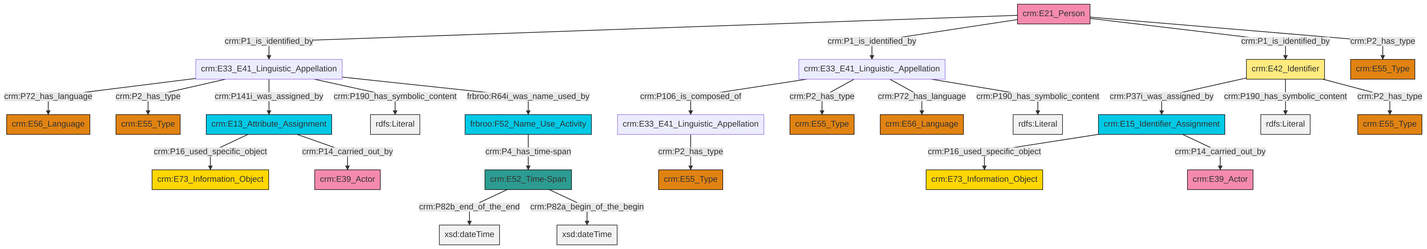
Above: et/personCSV/ttl/mmd/png/Person_Names_and_Classification.png in swiss-art-research-net/docs.swissartresearch (Mermaid), before the change. Its source is kept beside it as et/personCSV/ttl/mmd/Person_Names_and_Classification.ttl.mmd.
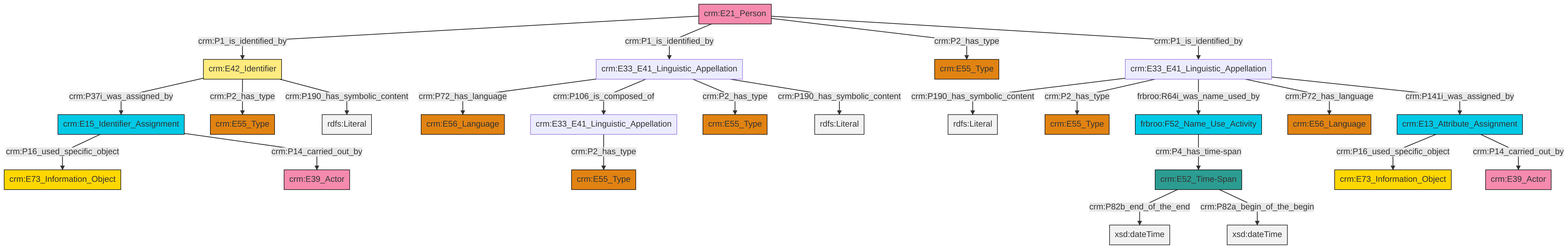
The same diagram one commit later.

The edit, as a diff of the source:
```diff
@@ -13,27 +13,27 @@
 classDef PC_Classes fill:#4ce600, stroke:#000000;
 classDef Multi fill:#cccccc,stroke:#000000;
 
-0["crm:E33_E41_Linguistic_Appellation"]:::Default -->|crm:P106_is_composed_of| 1["crm:E33_E41_Linguistic_Appellation"]:::Default
-2["crm:E21_Person"]:::Actor -->|crm:P1_is_identified_by| 3["crm:E33_E41_Linguistic_Appellation"]:::Default
-0["crm:E33_E41_Linguistic_Appellation"]:::Default -->|crm:P2_has_type| 11["crm:E55_Type"]:::Type
-2["crm:E21_Person"]:::Actor -->|crm:P1_is_identified_by| 0["crm:E33_E41_Linguistic_Appellation"]:::Default
-2["crm:E21_Person"]:::Actor -->|crm:P1_is_identified_by| 8["crm:E42_Identifier"]:::Appellation
-2["crm:E21_Person"]:::Actor -->|crm:P2_has_type| 20["crm:E55_Type"]:::Type
-3["crm:E33_E41_Linguistic_Appellation"]:::Default -->|crm:P72_has_language| 24["crm:E56_Language"]:::Type
-0["crm:E33_E41_Linguistic_Appellation"]:::Default -->|crm:P72_has_language| 14["crm:E56_Language"]:::Type
-3["crm:E33_E41_Linguistic_Appellation"]:::Default -->|crm:P2_has_type| 27["crm:E55_Type"]:::Type
-3["crm:E33_E41_Linguistic_Appellation"]:::Default -->|crm:P141i_was_assigned_by| 18["crm:E13_Attribute_Assignment"]:::Temporal_Entity
-18["crm:E13_Attribute_Assignment"]:::Temporal_Entity -->|crm:P16_used_specific_object| 30["crm:E73_Information_Object"]:::Conceptual_Object
-8["crm:E42_Identifier"]:::Appellation -->|crm:P37i_was_assigned_by| 32["crm:E15_Identifier_Assignment"]:::Temporal_Entity
-8["crm:E42_Identifier"]:::Appellation -->|crm:P190_has_symbolic_content| 35[rdfs:Literal]:::Literal
-0["crm:E33_E41_Linguistic_Appellation"]:::Default -->|crm:P190_has_symbolic_content| 36[rdfs:Literal]:::Literal
-32["crm:E15_Identifier_Assignment"]:::Temporal_Entity -->|crm:P16_used_specific_object| 37["crm:E73_Information_Object"]:::Conceptual_Object
-16["crm:E52_Time-Span"]:::Time-Span -->|crm:P82b_end_of_the_end| 39[xsd:dateTime]:::Literal
-32["crm:E15_Identifier_Assignment"]:::Temporal_Entity -->|crm:P14_carried_out_by| 4["crm:E39_Actor"]:::Actor
-18["crm:E13_Attribute_Assignment"]:::Temporal_Entity -->|crm:P14_carried_out_by| 21["crm:E39_Actor"]:::Actor
-3["crm:E33_E41_Linguistic_Appellation"]:::Default -->|crm:P190_has_symbolic_content| 41[rdfs:Literal]:::Literal
-16["crm:E52_Time-Span"]:::Time-Span -->|crm:P82a_begin_of_the_begin| 43[xsd:dateTime]:::Literal
-25["frbroo:F52_Name_Use_Activity"]:::Temporal_Entity -->|crm:P4_has_time-span| 16["crm:E52_Time-Span"]:::Time-Span
-8["crm:E42_Identifier"]:::Appellation -->|crm:P2_has_type| 12["crm:E55_Type"]:::Type
-1["crm:E33_E41_Linguistic_Appellation"]:::Default -->|crm:P2_has_type| 6["crm:E55_Type"]:::Type
-3["crm:E33_E41_Linguistic_Appellation"]:::Default -->|frbroo:R64i_was_name_used_by| 25["frbroo:F52_Name_Use_Activity"]:::Temporal_Entity
+0["crm:E42_Identifier"]:::Appellation -->|crm:P37i_was_assigned_by| 1["crm:E15_Identifier_Assignment"]:::Temporal_Entity
+2["crm:E33_E41_Linguistic_Appellation"]:::Default -->|crm:P190_has_symbolic_content| 3[rdfs:Literal]:::Literal
+4["crm:E21_Person"]:::Actor -->|crm:P1_is_identified_by| 0["crm:E42_Identifier"]:::Appellation
+13["crm:E13_Attribute_Assignment"]:::Temporal_Entity -->|crm:P16_used_specific_object| 14["crm:E73_Information_Object"]:::Conceptual_Object
+4["crm:E21_Person"]:::Actor -->|crm:P1_is_identified_by| 16["crm:E33_E41_Linguistic_Appellation"]:::Default
+4["crm:E21_Person"]:::Actor -->|crm:P2_has_type| 17["crm:E55_Type"]:::Type
+9["crm:E33_E41_Linguistic_Appellation"]:::Default -->|crm:P2_has_type| 18["crm:E55_Type"]:::Type
+2["crm:E33_E41_Linguistic_Appellation"]:::Default -->|crm:P2_has_type| 19["crm:E55_Type"]:::Type
+2["crm:E33_E41_Linguistic_Appellation"]:::Default -->|frbroo:R64i_was_name_used_by| 21["frbroo:F52_Name_Use_Activity"]:::Temporal_Entity
+16["crm:E33_E41_Linguistic_Appellation"]:::Default -->|crm:P72_has_language| 7["crm:E56_Language"]:::Type
+13["crm:E13_Attribute_Assignment"]:::Temporal_Entity -->|crm:P14_carried_out_by| 23["crm:E39_Actor"]:::Actor
+1["crm:E15_Identifier_Assignment"]:::Temporal_Entity -->|crm:P16_used_specific_object| 25["crm:E73_Information_Object"]:::Conceptual_Object
+2["crm:E33_E41_Linguistic_Appellation"]:::Default -->|crm:P72_has_language| 27["crm:E56_Language"]:::Type
+2["crm:E33_E41_Linguistic_Appellation"]:::Default -->|crm:P141i_was_assigned_by| 13["crm:E13_Attribute_Assignment"]:::Temporal_Entity
+4["crm:E21_Person"]:::Actor -->|crm:P1_is_identified_by| 2["crm:E33_E41_Linguistic_Appellation"]:::Default
+1["crm:E15_Identifier_Assignment"]:::Temporal_Entity -->|crm:P14_carried_out_by| 5["crm:E39_Actor"]:::Actor
+16["crm:E33_E41_Linguistic_Appellation"]:::Default -->|crm:P106_is_composed_of| 9["crm:E33_E41_Linguistic_Appellation"]:::Default
+0["crm:E42_Identifier"]:::Appellation -->|crm:P2_has_type| 37["crm:E55_Type"]:::Type
+21["frbroo:F52_Name_Use_Activity"]:::Temporal_Entity -->|crm:P4_has_time-span| 31["crm:E52_Time-Span"]:::Time-Span
+31["crm:E52_Time-Span"]:::Time-Span -->|crm:P82b_end_of_the_end| 40[xsd:dateTime]:::Literal
+0["crm:E42_Identifier"]:::Appellation -->|crm:P190_has_symbolic_content| 42[rdfs:Literal]:::Literal
+16["crm:E33_E41_Linguistic_Appellation"]:::Default -->|crm:P2_has_type| 11["crm:E55_Type"]:::Type
+16["crm:E33_E41_Linguistic_Appellation"]:::Default -->|crm:P190_has_symbolic_content| 43[rdfs:Literal]:::Literal
+31["crm:E52_Time-Span"]:::Time-Span -->|crm:P82a_begin_of_the_begin| 46[xsd:dateTime]:::Literal
```
